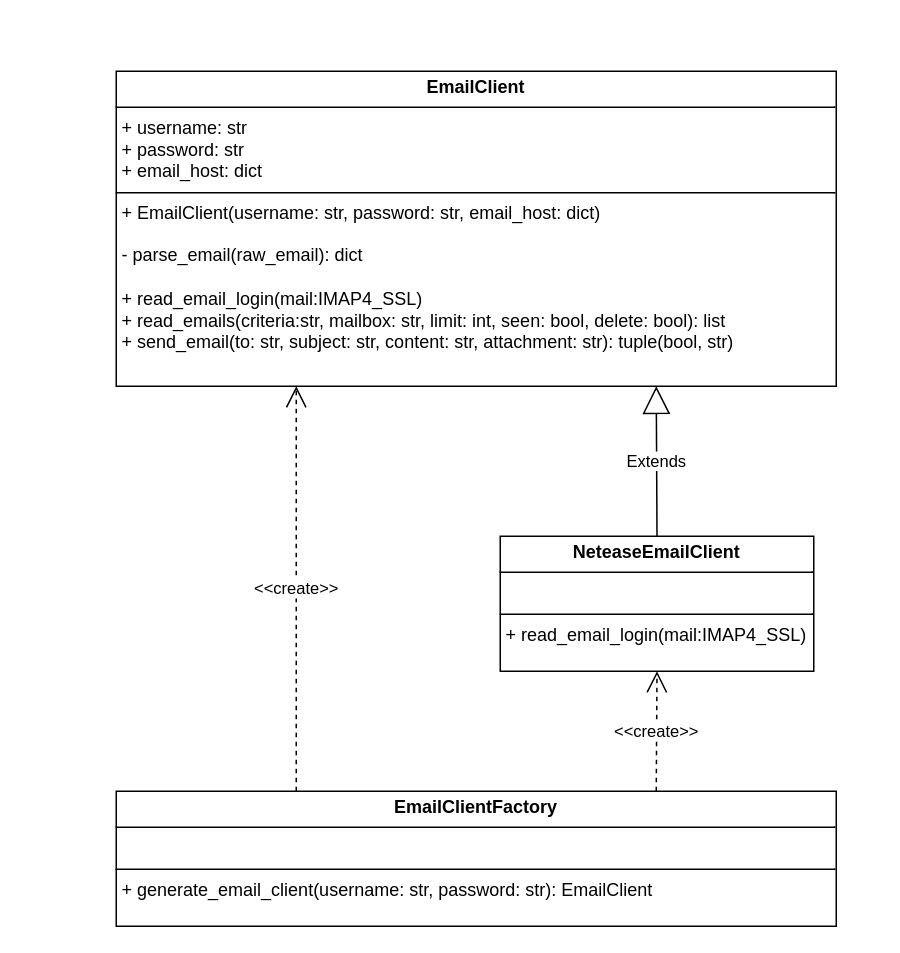
This is UMLs/UML.drawio from linsuiyuan/email-client, a draw.io file, before an edit. Source tidied: cells renumbered, new cells numbered last; positions are measured from the earlier drawing's top-left corner, leaving out a move shared by most shapes. Both pictures are drawn from the tidied source at 150%, with x=0, y=0 at pixel (116, 70).
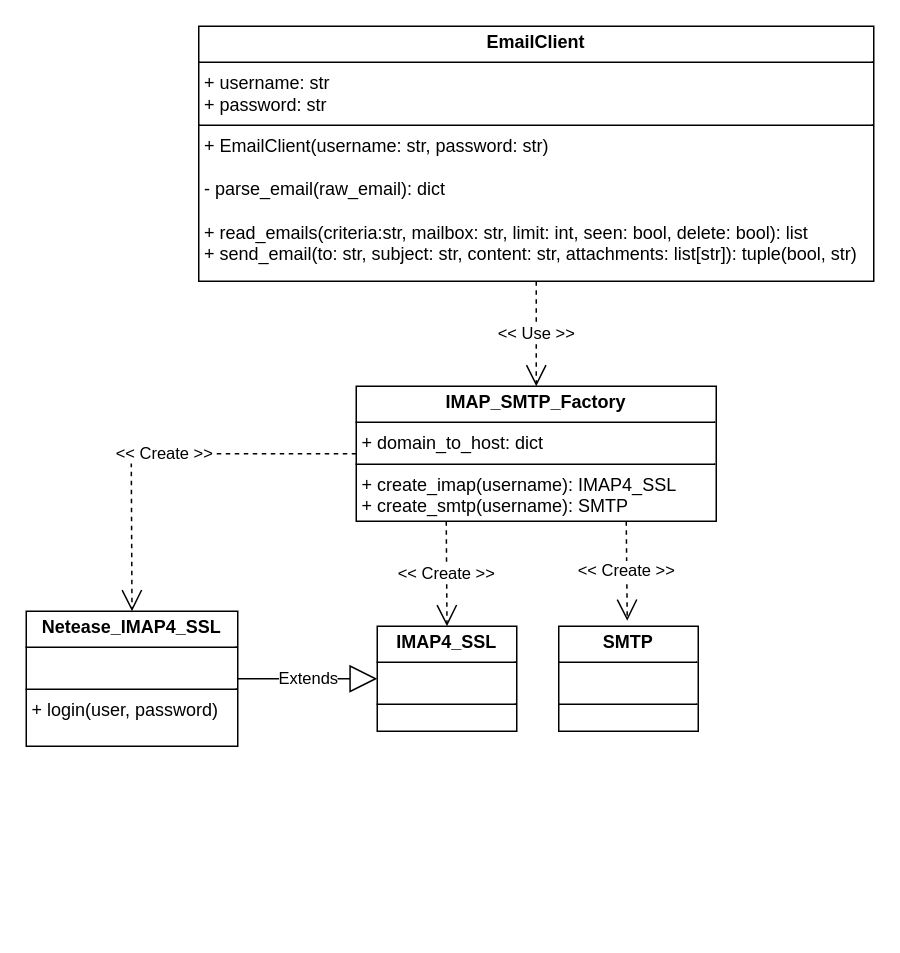
The same diagram, later.

What changed in the source:
```diff
@@
 <mxGraphModel>
   <root>
     <mxCell id="0" />
     <mxCell id="1" parent="0" />
-    <mxCell id="2" value="&lt;p style=&quot;margin:0px;margin-top:4px;text-align:center;&quot;&gt;&lt;b&gt;EmailClient&lt;/b&gt;&lt;/p&gt;&lt;hr size=&quot;1&quot; style=&quot;border-style:solid;&quot;&gt;&lt;p style=&quot;margin:0px;margin-left:4px;&quot;&gt;&lt;span style=&quot;background-color: initial;&quot;&gt;+&amp;nbsp;&lt;/span&gt;&lt;span style=&quot;background-color: initial;&quot;&gt;username: str&lt;/span&gt;&lt;br&gt;&lt;/p&gt;&lt;p style=&quot;margin:0px;margin-left:4px;&quot;&gt;&lt;span style=&quot;background-color: initial;&quot;&gt;+ password: str&lt;/span&gt;&lt;/p&gt;&lt;p style=&quot;margin:0px;margin-left:4px;&quot;&gt;&lt;span style=&quot;background-color: initial;&quot;&gt;+ email_host: dict&lt;/span&gt;&lt;/p&gt;&lt;hr size=&quot;1&quot; style=&quot;border-style:solid;&quot;&gt;&lt;p style=&quot;margin:0px;margin-left:4px;&quot;&gt;+ EmailClient(username: str, password: str, email_host: dict)&lt;/p&gt;&lt;p style=&quot;margin:0px;margin-left:4px;&quot;&gt;&lt;br&gt;&lt;/p&gt;&lt;p style=&quot;margin:0px;margin-left:4px;&quot;&gt;&lt;span style=&quot;background-color: initial;&quot;&gt;- parse_email(raw_email): dict&lt;/span&gt;&lt;/p&gt;&lt;p style=&quot;margin:0px;margin-left:4px;&quot;&gt;&lt;span style=&quot;background-color: initial;&quot;&gt;&lt;br&gt;&lt;/span&gt;&lt;/p&gt;&lt;p style=&quot;margin:0px;margin-left:4px;&quot;&gt;&lt;span style=&quot;background-color: initial;&quot;&gt;+ read_email_login(mail:IMAP4_SSL)&lt;/span&gt;&lt;/p&gt;&lt;p style=&quot;margin:0px;margin-left:4px;&quot;&gt;+ read_emails(criteria:str, mailbox: str, limit: int, seen: bool, delete: bool): list&lt;/p&gt;&lt;p style=&quot;margin:0px;margin-left:4px;&quot;&gt;+ send_email(to: str, subject: str, content: str, attachment: str):&amp;nbsp;&lt;span style=&quot;background-color: initial;&quot;&gt;tuple(&lt;/span&gt;&lt;span style=&quot;background-color: initial;&quot;&gt;bool, str&lt;/span&gt;&lt;span style=&quot;background-color: initial;&quot;&gt;)&lt;/span&gt;&lt;/p&gt;" style="verticalAlign=top;align=left;overflow=fill;html=1;whiteSpace=wrap;" parent="1" vertex="1">
-      <mxGeometry width="480" height="210" as="geometry" />
+    <mxCell id="2" value="&lt;p style=&quot;margin:0px;margin-top:4px;text-align:center;&quot;&gt;&lt;b&gt;EmailClient&lt;/b&gt;&lt;/p&gt;&lt;hr size=&quot;1&quot; style=&quot;border-style:solid;&quot;&gt;&lt;p style=&quot;margin:0px;margin-left:4px;&quot;&gt;&lt;span style=&quot;background-color: initial;&quot;&gt;+&amp;nbsp;&lt;/span&gt;&lt;span style=&quot;background-color: initial;&quot;&gt;username: str&lt;/span&gt;&lt;br&gt;&lt;/p&gt;&lt;p style=&quot;margin:0px;margin-left:4px;&quot;&gt;&lt;span style=&quot;background-color: initial;&quot;&gt;+ password: str&lt;br&gt;&lt;/span&gt;&lt;/p&gt;&lt;hr size=&quot;1&quot; style=&quot;border-style:solid;&quot;&gt;&lt;p style=&quot;margin:0px;margin-left:4px;&quot;&gt;+ EmailClient(username: str, password: str)&lt;/p&gt;&lt;p style=&quot;margin:0px;margin-left:4px;&quot;&gt;&lt;br&gt;&lt;/p&gt;&lt;p style=&quot;margin:0px;margin-left:4px;&quot;&gt;&lt;span style=&quot;background-color: initial;&quot;&gt;- parse_email(raw_email): dict&lt;/span&gt;&lt;/p&gt;&lt;p style=&quot;margin:0px;margin-left:4px;&quot;&gt;&lt;br&gt;&lt;/p&gt;&lt;p style=&quot;margin:0px;margin-left:4px;&quot;&gt;+ read_emails(criteria:str, mailbox: str, limit: int, seen: bool, delete: bool): list&lt;/p&gt;&lt;p style=&quot;margin:0px;margin-left:4px;&quot;&gt;+ send_email(to: str, subject: str, content: str, attachments: list[str]):&amp;nbsp;&lt;span style=&quot;background-color: initial;&quot;&gt;tuple(&lt;/span&gt;&lt;span style=&quot;background-color: initial;&quot;&gt;bool, str&lt;/span&gt;&lt;span style=&quot;background-color: initial;&quot;&gt;)&lt;/span&gt;&lt;/p&gt;" style="verticalAlign=top;align=left;overflow=fill;html=1;whiteSpace=wrap;" parent="1" vertex="1">
+      <mxGeometry x="55" y="-30" width="450" height="170" as="geometry" />
     </mxCell>
-    <mxCell id="3" value="&lt;p style=&quot;margin:0px;margin-top:4px;text-align:center;&quot;&gt;&lt;b&gt;EmailClientFactory&lt;/b&gt;&lt;/p&gt;&lt;hr size=&quot;1&quot; style=&quot;border-style:solid;&quot;&gt;&lt;p style=&quot;margin:0px;margin-left:4px;&quot;&gt;&lt;br&gt;&lt;/p&gt;&lt;hr size=&quot;1&quot; style=&quot;border-style:solid;&quot;&gt;&lt;p style=&quot;margin:0px;margin-left:4px;&quot;&gt;+ generate_email_client(username: str, password: str): EmailClient&lt;/p&gt;" style="verticalAlign=top;align=left;overflow=fill;html=1;whiteSpace=wrap;points=[[0,0,0,0,0],[0,0.25,0,0,0],[0,0.5,0,0,0],[0,0.75,0,0,0],[0,1,0,0,0],[0.25,0,0,0,0],[0.25,1,0,0,0],[0.5,0,0,0,0],[0.5,1,0,0,0],[0.75,0,0,0,0],[0.75,1,0,0,0],[1,0,0,0,0],[1,0.25,0,0,0],[1,0.5,0,0,0],[1,0.75,0,0,0],[1,1,0,0,0]];" parent="1" vertex="1">
-      <mxGeometry y="480" width="480" height="90" as="geometry" />
+    <mxCell id="3" value="&lt;p style=&quot;margin:0px;margin-top:4px;text-align:center;&quot;&gt;&lt;b&gt;IMAP_SMTP_Factory&lt;/b&gt;&lt;br&gt;&lt;/p&gt;&lt;hr size=&quot;1&quot; style=&quot;border-style:solid;&quot;&gt;&lt;p style=&quot;margin:0px;margin-left:4px;&quot;&gt;+&amp;nbsp;domain_to_host: dict&lt;/p&gt;&lt;hr size=&quot;1&quot; style=&quot;border-style:solid;&quot;&gt;&lt;p style=&quot;margin:0px;margin-left:4px;&quot;&gt;+ create_imap(username): IMAP4_SSL&lt;/p&gt;&lt;p style=&quot;margin:0px;margin-left:4px;&quot;&gt;+&amp;nbsp;create_smtp(username): SMTP&lt;/p&gt;" style="verticalAlign=top;align=left;overflow=fill;html=1;whiteSpace=wrap;points=[[0,0,0,0,0],[0,0.25,0,0,0],[0,0.5,0,0,0],[0,0.75,0,0,0],[0,1,0,0,0],[0.25,0,0,0,0],[0.25,1,0,0,0],[0.5,0,0,0,0],[0.5,1,0,0,0],[0.75,0,0,0,0],[0.75,1,0,0,0],[1,0,0,0,0],[1,0.25,0,0,0],[1,0.5,0,0,0],[1,0.75,0,0,0],[1,1,0,0,0]];" parent="1" vertex="1">
+      <mxGeometry x="160" y="210" width="240" height="90" as="geometry" />
     </mxCell>
-    <mxCell id="4" value="Extends" style="endArrow=block;endSize=16;endFill=0;html=1;rounded=0;exitX=0.5;exitY=0;exitDx=0;exitDy=0;entryX=0.75;entryY=1;entryDx=0;entryDy=0;" parent="1" edge="1" source="5" target="2">
+    <mxCell id="4" value="Extends" style="endArrow=block;endSize=16;endFill=0;html=1;rounded=0;exitX=1;exitY=0.5;exitDx=0;exitDy=0;entryX=0;entryY=0.5;entryDx=0;entryDy=0;entryPerimeter=0;exitPerimeter=0;" parent="1" edge="1" source="5" target="8">
       <mxGeometry relative="1" as="geometry" />
     </mxCell>
-    <mxCell id="5" value="&lt;p style=&quot;margin:0px;margin-top:4px;text-align:center;&quot;&gt;&lt;span style=&quot;font-weight: 700;&quot;&gt;NeteaseEmailClient&lt;/span&gt;&lt;br&gt;&lt;/p&gt;&lt;hr size=&quot;1&quot; style=&quot;border-style:solid;&quot;&gt;&lt;p style=&quot;margin:0px;margin-left:4px;&quot;&gt;&lt;br&gt;&lt;/p&gt;&lt;hr size=&quot;1&quot; style=&quot;border-style:solid;&quot;&gt;&lt;p style=&quot;margin:0px;margin-left:4px;&quot;&gt;+ read_email_login(mail:IMAP4_SSL)&lt;br&gt;&lt;/p&gt;" style="verticalAlign=top;align=left;overflow=fill;html=1;whiteSpace=wrap;points=[[0,0,0,0,0],[0,0.25,0,0,0],[0,0.5,0,0,0],[0,0.75,0,0,0],[0,1,0,0,0],[0.25,0,0,0,0],[0.25,1,0,0,0],[0.5,0,0,0,0],[0.5,1,0,0,0],[0.75,0,0,0,0],[0.75,1,0,0,0],[1,0,0,0,0],[1,0.25,0,0,0],[1,0.5,0,0,0],[1,0.75,0,0,0],[1,1,0,0,0]];" parent="1" vertex="1">
-      <mxGeometry x="256" y="310" width="209" height="90" as="geometry" />
+    <mxCell id="5" value="&lt;p style=&quot;margin:0px;margin-top:4px;text-align:center;&quot;&gt;&lt;b&gt;Netease_IMAP4_SSL&lt;/b&gt;&lt;br&gt;&lt;/p&gt;&lt;hr size=&quot;1&quot; style=&quot;border-style:solid;&quot;&gt;&lt;p style=&quot;margin:0px;margin-left:4px;&quot;&gt;&lt;br&gt;&lt;/p&gt;&lt;hr size=&quot;1&quot; style=&quot;border-style:solid;&quot;&gt;&lt;p style=&quot;margin:0px;margin-left:4px;&quot;&gt;+ login(user, password)&lt;br&gt;&lt;/p&gt;" style="verticalAlign=top;align=left;overflow=fill;html=1;whiteSpace=wrap;points=[[0,0,0,0,0],[0,0.25,0,0,0],[0,0.5,0,0,0],[0,0.75,0,0,0],[0,1,0,0,0],[0.25,0,0,0,0],[0.25,1,0,0,0],[0.5,0,0,0,0],[0.5,1,0,0,0],[0.75,0,0,0,0],[0.75,1,0,0,0],[1,0,0,0,0],[1,0.25,0,0,0],[1,0.5,0,0,0],[1,0.75,0,0,0],[1,1,0,0,0]];" parent="1" vertex="1">
+      <mxGeometry x="-60" y="360" width="141" height="90" as="geometry" />
     </mxCell>
-    <mxCell id="6" value="&amp;lt;&amp;lt;create&amp;gt;&amp;gt;" style="endArrow=open;endSize=12;dashed=1;html=1;rounded=0;entryX=0.25;entryY=1;entryDx=0;entryDy=0;exitX=0.25;exitY=0;exitDx=0;exitDy=0;exitPerimeter=0;" parent="1" edge="1" source="3" target="2">
-      <mxGeometry relative="1" as="geometry" />
-    </mxCell>
+    <mxCell id="8" value="&lt;p style=&quot;margin:0px;margin-top:4px;text-align:center;&quot;&gt;&lt;b&gt;IMAP4_SSL&lt;/b&gt;&lt;br&gt;&lt;/p&gt;&lt;hr size=&quot;1&quot; style=&quot;border-style:solid;&quot;&gt;&lt;p style=&quot;margin:0px;margin-left:4px;&quot;&gt;&lt;br&gt;&lt;/p&gt;&lt;hr size=&quot;1&quot; style=&quot;border-style:solid;&quot;&gt;&lt;p style=&quot;margin:0px;margin-left:4px;&quot;&gt;&lt;br&gt;&lt;/p&gt;" style="verticalAlign=top;align=left;overflow=fill;html=1;whiteSpace=wrap;points=[[0,0,0,0,0],[0,0.25,0,0,0],[0,0.5,0,0,0],[0,0.75,0,0,0],[0,1,0,0,0],[0.25,0,0,0,0],[0.25,1,0,0,0],[0.5,0,0,0,0],[0.5,1,0,0,0],[0.75,0,0,0,0],[0.75,1,0,0,0],[1,0,0,0,0],[1,0.25,0,0,0],[1,0.5,0,0,0],[1,0.75,0,0,0],[1,1,0,0,0]];" parent="1" vertex="1">
+      <mxGeometry x="174" y="370" width="93" height="70" as="geometry" />
+    </mxCell>
+    <mxCell id="9" value="&amp;lt;&amp;lt; Create &amp;gt;&amp;gt;" style="endArrow=open;endSize=12;dashed=1;html=1;rounded=0;exitX=0.25;exitY=1;exitDx=0;exitDy=0;exitPerimeter=0;entryX=0.5;entryY=0;entryDx=0;entryDy=0;entryPerimeter=0;" parent="1" edge="1" source="3" target="8">
+      <mxGeometry relative="1" as="geometry" />
+    </mxCell>
+    <mxCell id="10" value="&lt;p style=&quot;margin:0px;margin-top:4px;text-align:center;&quot;&gt;&lt;b&gt;SMTP&lt;/b&gt;&lt;br&gt;&lt;/p&gt;&lt;hr size=&quot;1&quot; style=&quot;border-style:solid;&quot;&gt;&lt;p style=&quot;margin:0px;margin-left:4px;&quot;&gt;&lt;br&gt;&lt;/p&gt;&lt;hr size=&quot;1&quot; style=&quot;border-style:solid;&quot;&gt;&lt;p style=&quot;margin:0px;margin-left:4px;&quot;&gt;&lt;br&gt;&lt;/p&gt;" style="verticalAlign=top;align=left;overflow=fill;html=1;whiteSpace=wrap;points=[[0,0,0,0,0],[0,0.25,0,0,0],[0,0.5,0,0,0],[0,0.75,0,0,0],[0,1,0,0,0],[0.25,0,0,0,0],[0.25,1,0,0,0],[0.5,0,0,0,0],[0.5,1,0,0,0],[0.75,0,0,0,0],[0.75,1,0,0,0],[1,0,0,0,0],[1,0.25,0,0,0],[1,0.5,0,0,0],[1,0.75,0,0,0],[1,1,0,0,0]];" parent="1" vertex="1">
+      <mxGeometry x="295" y="370" width="93" height="70" as="geometry" />
+    </mxCell>
+    <mxCell id="11" value="&amp;lt;&amp;lt; Create &amp;gt;&amp;gt;" style="endArrow=open;endSize=12;dashed=1;html=1;rounded=0;exitX=0.75;exitY=1;exitDx=0;exitDy=0;exitPerimeter=0;entryX=0.491;entryY=-0.052;entryDx=0;entryDy=0;entryPerimeter=0;" parent="1" edge="1" source="3" target="10">
+      <mxGeometry relative="1" as="geometry" />
+    </mxCell>
+    <mxCell id="12" value="&amp;lt;&amp;lt; Use &amp;gt;&amp;gt;" style="endArrow=open;endSize=12;dashed=1;html=1;rounded=0;exitX=0.5;exitY=1;exitDx=0;exitDy=0;entryX=0.5;entryY=0;entryDx=0;entryDy=0;entryPerimeter=0;" parent="1" edge="1" source="2" target="3">
+      <mxGeometry x="0.01" relative="1" as="geometry" />
+    </mxCell>
-    <mxCell id="7" value="&amp;lt;&amp;lt;create&amp;gt;&amp;gt;" style="endArrow=open;endSize=12;dashed=1;html=1;rounded=0;entryX=0.5;entryY=1;entryDx=0;entryDy=0;exitX=0.75;exitY=0;exitDx=0;exitDy=0;exitPerimeter=0;" parent="1" edge="1" source="3" target="5">
-      <mxGeometry relative="1" as="geometry" />
+    <mxCell id="7" value="&amp;lt;&amp;lt; Create &amp;gt;&amp;gt;" style="endArrow=open;endSize=12;dashed=1;html=1;rounded=0;exitX=0;exitY=0.5;exitDx=0;exitDy=0;exitPerimeter=0;entryX=0.5;entryY=0;entryDx=0;entryDy=0;entryPerimeter=0;" parent="1" edge="1" source="3" target="5">
+      <mxGeometry relative="1" as="geometry">
+        <Array as="points">
+          <mxPoint x="10" y="255" />
+        </Array>
+      </mxGeometry>
     </mxCell>
   </root>
 </mxGraphModel>
```
